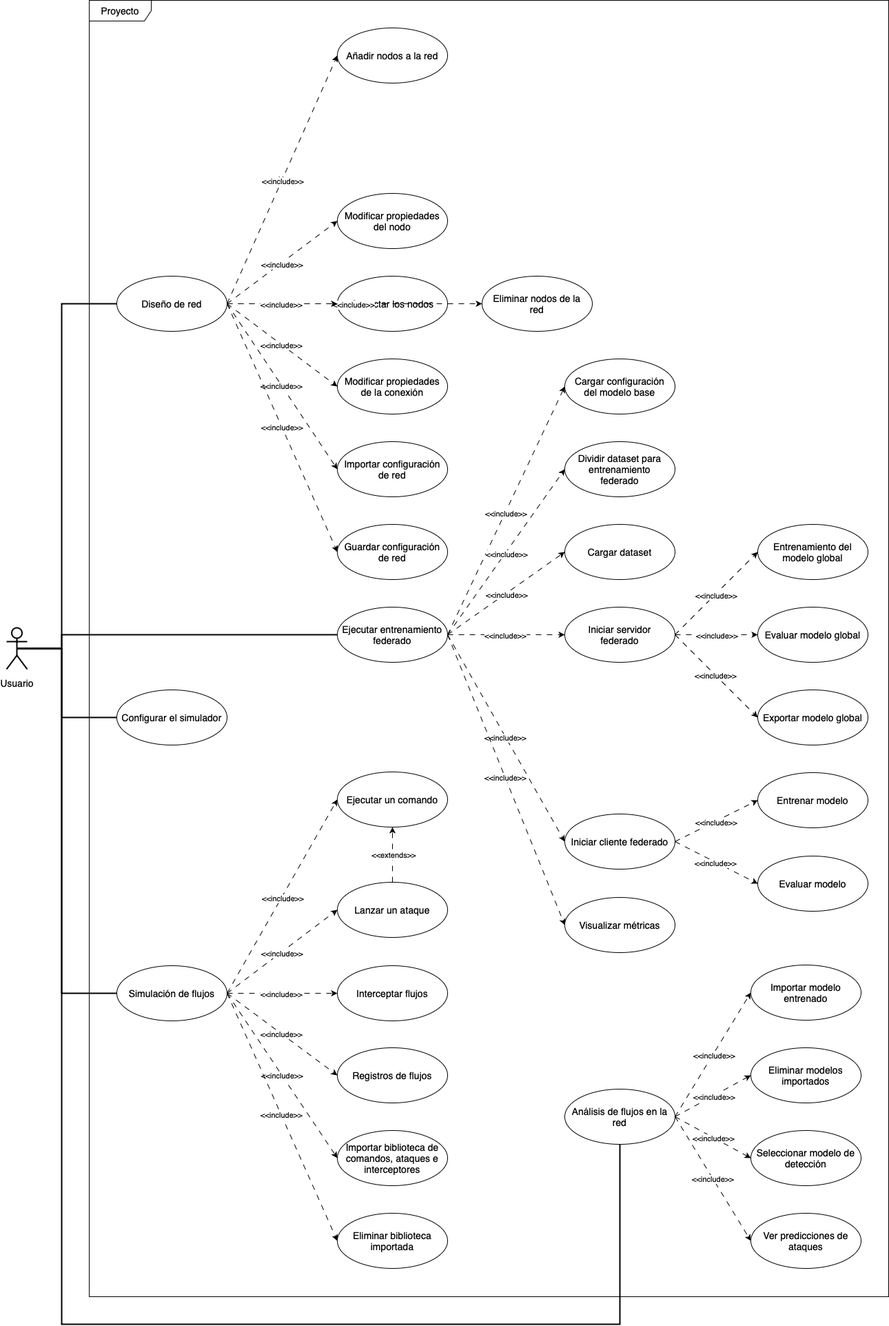
AlejaDiez/iot_attack_detection keeps this draw.io diagram as docs/anexo/img/casos_de_uso.png. Above is the earlier version. Source tidied: cells renumbered, new cells last; positions are measured from the earlier drawing's top-left corner, leaving out a move shared by most shapes.
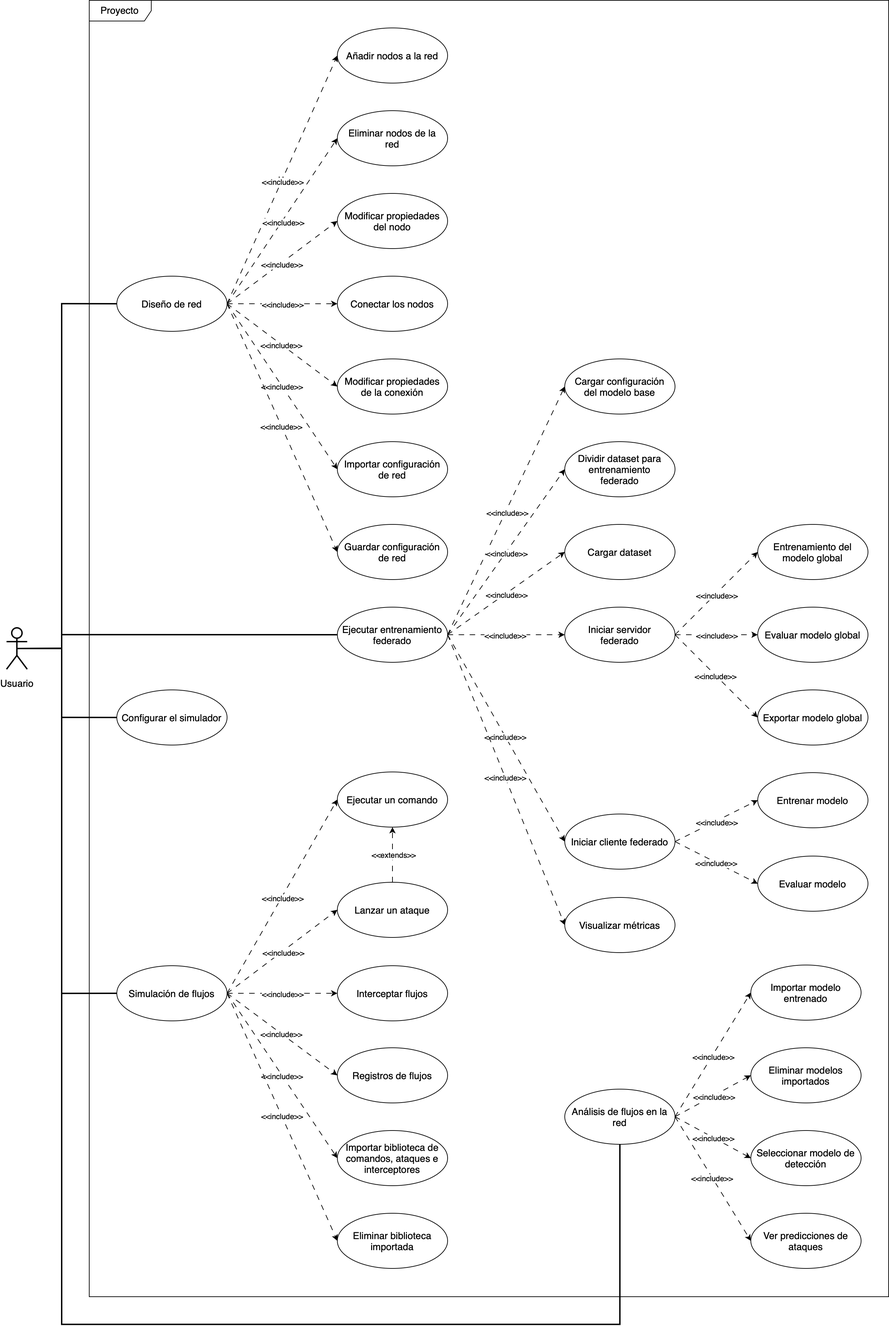
The same diagram one commit later.

What changed in the source:
```diff
@@ -1,4 +1,4 @@
-<mxGraphModel>
+<mxGraphModel background="#ffffff">
   <root>
     <mxCell id="0" />
     <mxCell id="1" parent="0" />
@@ -50,7 +50,7 @@
       <mxGeometry x="120" width="1160" height="1880" as="geometry" />
     </mxCell>
     <mxCell id="9" value="Eliminar nodos de la red" style="ellipse;whiteSpace=wrap;html=1;fontSize=14;spacing=4;spacingRight=4;spacingBottom=4;spacingTop=4;spacingLeft=4;" parent="8" vertex="1">
-      <mxGeometry x="570" y="400" width="160" height="80" as="geometry" />
+      <mxGeometry x="360" y="160" width="160" height="80" as="geometry" />
     </mxCell>
     <mxCell id="10" value="kk" style="rounded=0;jettySize=auto;html=1;entryX=0;entryY=0.5;entryDx=0;entryDy=0;dashed=1;dashPattern=8 8;exitX=1;exitY=0.5;exitDx=0;exitDy=0;" parent="8" edge="1" source="12" target="15">
       <mxGeometry relative="1" as="geometry" />
```
